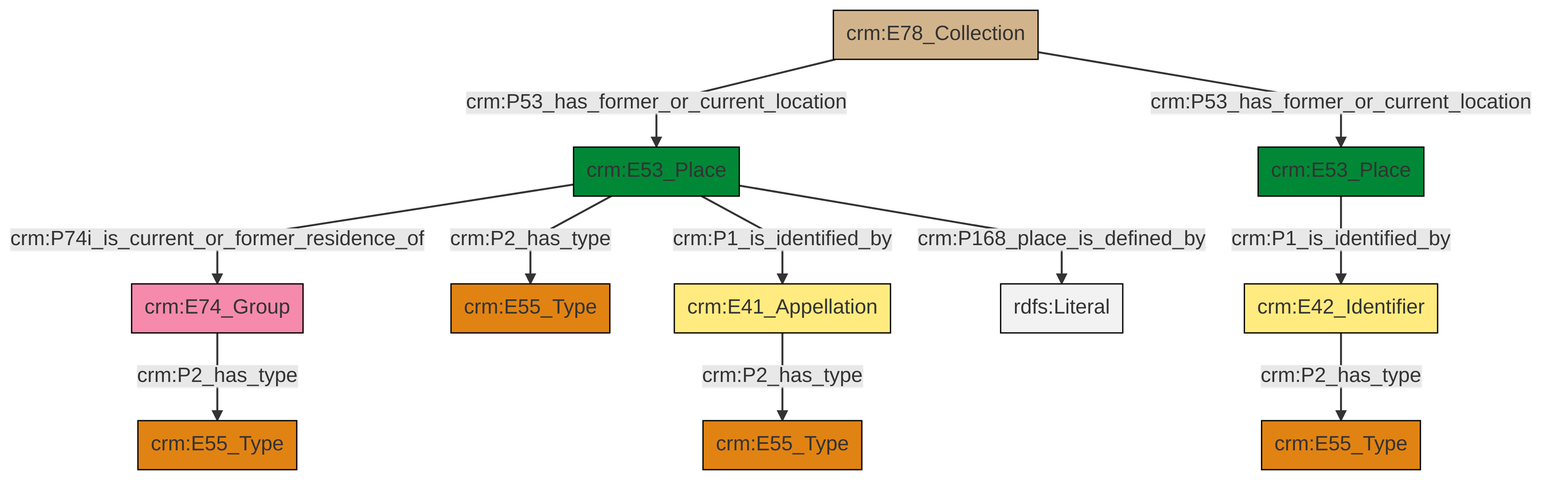
swiss-art-research-net/docs.swissartresearch keeps this Mermaid diagram as et/archivalCSV/ttl/mmd/png/archival_location.png. Above is the earlier version. Its source is kept beside it as et/archivalCSV/ttl/mmd/archival_location.ttl.mmd.
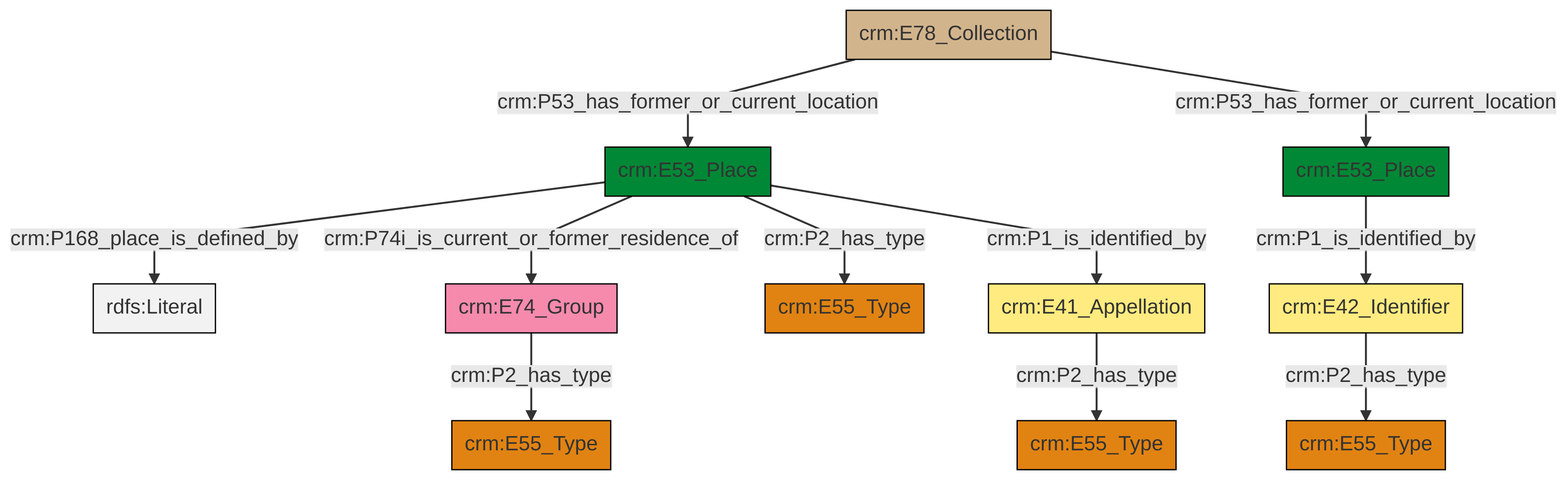
After the change.

Diff of the diagram source:
```diff
@@ -13,13 +13,13 @@
 classDef PC_Classes fill:#4ce600, stroke:#000000;
 classDef Multi fill:#cccccc,stroke:#000000;
 
-0["crm:E53_Place"]:::Place -->|crm:P74i_is_current_or_former_residence_of| 1["crm:E74_Group"]:::Actor
-1["crm:E74_Group"]:::Actor -->|crm:P2_has_type| 4["crm:E55_Type"]:::Type
-5["crm:E53_Place"]:::Place -->|crm:P1_is_identified_by| 6["crm:E42_Identifier"]:::Appellation
-9["crm:E41_Appellation"]:::Appellation -->|crm:P2_has_type| 2["crm:E55_Type"]:::Type
-10["crm:E78_Collection"]:::Physical_Thing -->|crm:P53_has_former_or_current_location| 0["crm:E53_Place"]:::Place
-10["crm:E78_Collection"]:::Physical_Thing -->|crm:P53_has_former_or_current_location| 5["crm:E53_Place"]:::Place
-0["crm:E53_Place"]:::Place -->|crm:P2_has_type| 7["crm:E55_Type"]:::Type
-0["crm:E53_Place"]:::Place -->|crm:P1_is_identified_by| 9["crm:E41_Appellation"]:::Appellation
-0["crm:E53_Place"]:::Place -->|crm:P168_place_is_defined_by| 20[rdfs:Literal]:::Literal
-6["crm:E42_Identifier"]:::Appellation -->|crm:P2_has_type| 13["crm:E55_Type"]:::Type
+2["crm:E53_Place"]:::Place -->|crm:P1_is_identified_by| 3["crm:E42_Identifier"]:::Appellation
+3["crm:E42_Identifier"]:::Appellation -->|crm:P2_has_type| 4["crm:E55_Type"]:::Type
+13["crm:E78_Collection"]:::Physical_Thing -->|crm:P53_has_former_or_current_location| 14["crm:E53_Place"]:::Place
+15["crm:E74_Group"]:::Actor -->|crm:P2_has_type| 6["crm:E55_Type"]:::Type
+13["crm:E78_Collection"]:::Physical_Thing -->|crm:P53_has_former_or_current_location| 2["crm:E53_Place"]:::Place
+14["crm:E53_Place"]:::Place -->|crm:P168_place_is_defined_by| 18[rdfs:Literal]:::Literal
+14["crm:E53_Place"]:::Place -->|crm:P74i_is_current_or_former_residence_of| 15["crm:E74_Group"]:::Actor
+14["crm:E53_Place"]:::Place -->|crm:P2_has_type| 11["crm:E55_Type"]:::Type
+14["crm:E53_Place"]:::Place -->|crm:P1_is_identified_by| 8["crm:E41_Appellation"]:::Appellation
+8["crm:E41_Appellation"]:::Appellation -->|crm:P2_has_type| 0["crm:E55_Type"]:::Type
```
